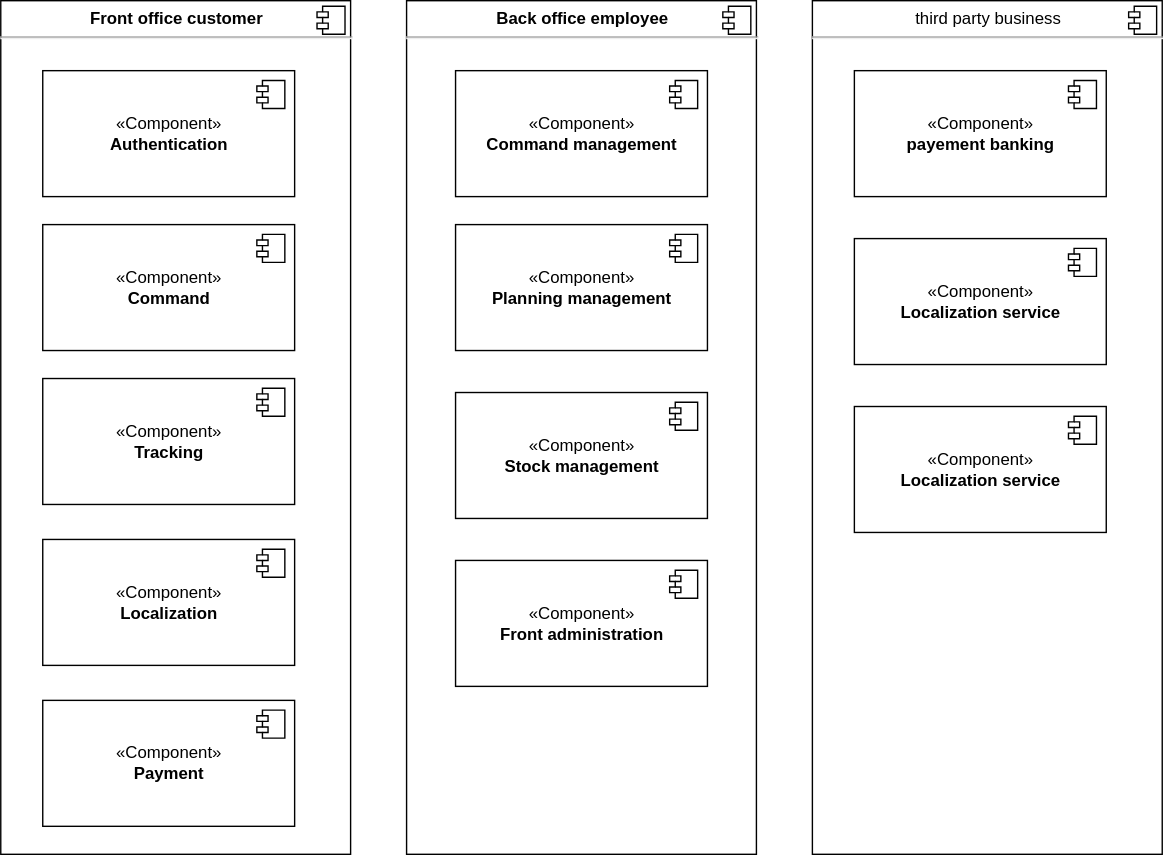
jean-charles-gibier/OC_pizza keeps this draw.io diagram as docs/DC_P6.svg. Above is the earlier version. Source tidied: cells renumbered, new cells last; positions are measured from the earlier drawing's top-left corner, leaving out a move shared by most shapes.
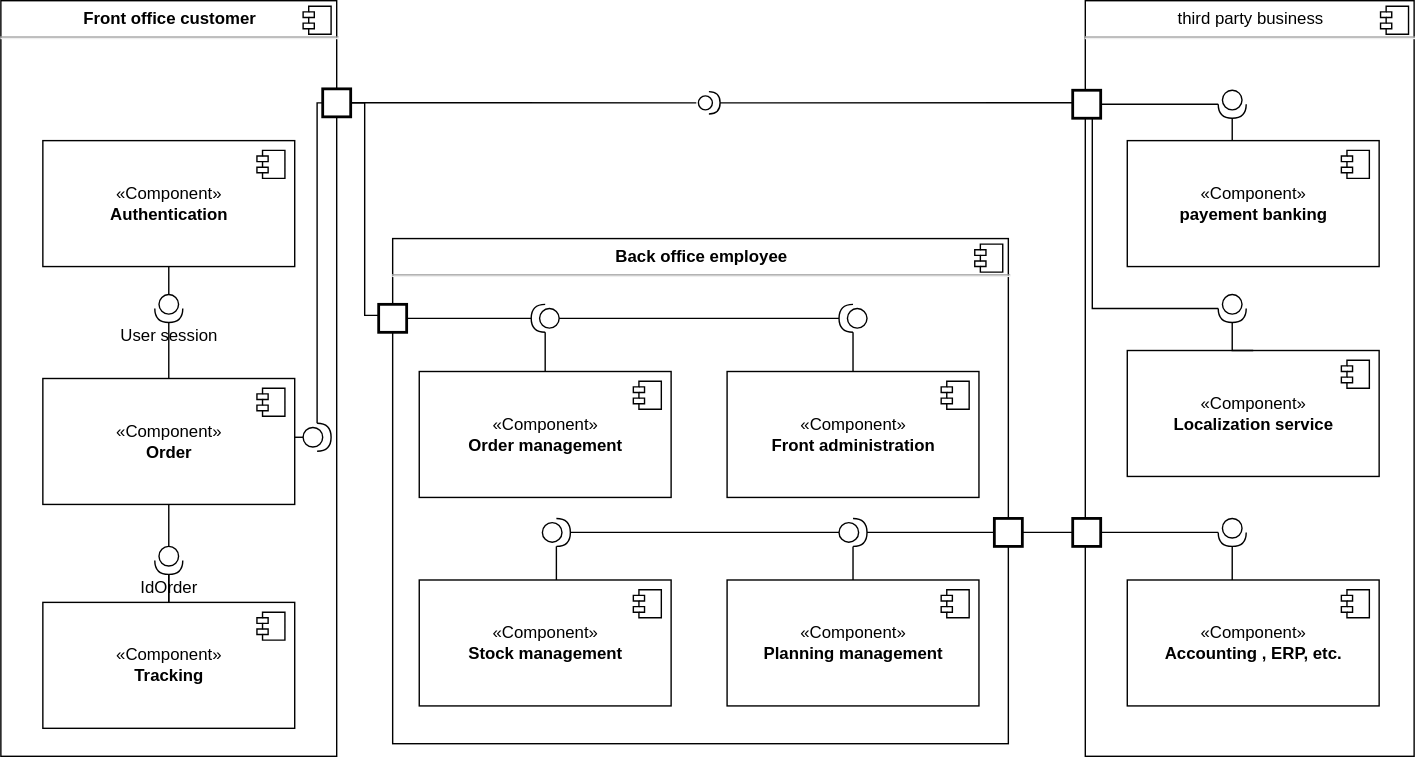
The same file after the commit.

Diff of the diagram source:
```diff
@@ -3,7 +3,7 @@
     <mxCell id="0" />
     <mxCell id="1" parent="0" />
     <mxCell id="2" value="&lt;p style=&quot;margin: 0px ; margin-top: 6px ; text-align: center&quot;&gt;&lt;b&gt;Front office customer&lt;/b&gt;&lt;/p&gt;&lt;hr&gt;&lt;p style=&quot;margin: 0px ; margin-left: 8px&quot;&gt;&lt;br&gt;&lt;/p&gt;" style="align=left;overflow=fill;html=1;" parent="1" vertex="1">
-      <mxGeometry width="250" height="610" as="geometry" />
+      <mxGeometry x="-60" y="-640" width="240" height="540" as="geometry" />
     </mxCell>
     <mxCell id="3" style="shape=component;jettyWidth=8;jettyHeight=4;" parent="2" vertex="1">
       <mxGeometry x="1" width="20" height="20" relative="1" as="geometry">
@@ -11,15 +11,15 @@
       </mxGeometry>
     </mxCell>
     <mxCell id="4" value="«Component»&lt;br&gt;&lt;b&gt;Authentication&lt;/b&gt;" style="html=1;" parent="1" vertex="1">
-      <mxGeometry x="30" y="50" width="180" height="90" as="geometry" />
+      <mxGeometry x="-30" y="-540" width="180" height="90" as="geometry" />
     </mxCell>
     <mxCell id="5" style="shape=component;jettyWidth=8;jettyHeight=4;" parent="4" vertex="1">
       <mxGeometry x="1" width="20" height="20" relative="1" as="geometry">
         <mxPoint x="-27" y="7" as="offset" />
       </mxGeometry>
     </mxCell>
-    <mxCell id="6" value="«Component»&lt;br&gt;&lt;b&gt;Command&lt;/b&gt;" style="html=1;" parent="1" vertex="1">
-      <mxGeometry x="30" y="160" width="180" height="90" as="geometry" />
+    <mxCell id="6" value="«Component»&lt;br&gt;&lt;b&gt;Order&lt;/b&gt;" style="html=1;" parent="1" vertex="1">
+      <mxGeometry x="-30" y="-370" width="180" height="90" as="geometry" />
     </mxCell>
     <mxCell id="7" style="shape=component;jettyWidth=8;jettyHeight=4;" parent="6" vertex="1">
       <mxGeometry x="1" width="20" height="20" relative="1" as="geometry">
@@ -27,47 +27,31 @@
       </mxGeometry>
     </mxCell>
     <mxCell id="8" value="«Component»&lt;br&gt;&lt;b&gt;Tracking&lt;/b&gt;" style="html=1;" parent="1" vertex="1">
-      <mxGeometry x="30" y="270" width="180" height="90" as="geometry" />
+      <mxGeometry x="-30" y="-210" width="180" height="90" as="geometry" />
     </mxCell>
     <mxCell id="9" style="shape=component;jettyWidth=8;jettyHeight=4;" parent="8" vertex="1">
       <mxGeometry x="1" width="20" height="20" relative="1" as="geometry">
         <mxPoint x="-27" y="7" as="offset" />
       </mxGeometry>
     </mxCell>
-    <mxCell id="10" value="«Component»&lt;br&gt;&lt;b&gt;Localization&lt;/b&gt;" style="html=1;" parent="1" vertex="1">
-      <mxGeometry x="30" y="385" width="180" height="90" as="geometry" />
-    </mxCell>
-    <mxCell id="11" style="shape=component;jettyWidth=8;jettyHeight=4;" parent="10" vertex="1">
-      <mxGeometry x="1" width="20" height="20" relative="1" as="geometry">
-        <mxPoint x="-27" y="7" as="offset" />
-      </mxGeometry>
-    </mxCell>
-    <mxCell id="12" value="«Component»&lt;br&gt;&lt;b&gt;Payment&lt;/b&gt;" style="html=1;" parent="1" vertex="1">
-      <mxGeometry x="30" y="500" width="180" height="90" as="geometry" />
-    </mxCell>
-    <mxCell id="13" style="shape=component;jettyWidth=8;jettyHeight=4;" parent="12" vertex="1">
-      <mxGeometry x="1" width="20" height="20" relative="1" as="geometry">
-        <mxPoint x="-27" y="7" as="offset" />
-      </mxGeometry>
-    </mxCell>
     <mxCell id="14" value="&lt;p style=&quot;margin: 0px ; margin-top: 6px ; text-align: center&quot;&gt;&lt;b&gt;Back office employee&lt;/b&gt;&lt;/p&gt;&lt;hr&gt;&lt;p style=&quot;margin: 0px ; margin-left: 8px&quot;&gt;&lt;span style=&quot;color: rgba(0 , 0 , 0 , 0) ; font-family: monospace ; font-size: 0px&quot;&gt;%3CmxGraphModel%3E%3Croot%3E%3CmxCell%20id%3D%220%22%2F%3E%3CmxCell%20id%3D%221%22%20parent%3D%220%22%2F%3E%3CmxCell%20id%3D%222%22%20value%3D%22%C2%ABComponent%C2%BB%26lt%3Bbr%26gt%3B%26lt%3Bb%26gt%3BCommand%20management%26lt%3B%2Fb%26gt%3B%22%20style%3D%22html%3D1%3BdropTarget%3D0%3B%22%20vertex%3D%221%22%20parent%3D%221%22%3E%3CmxGeometry%20x%3D%22405%22%20y%3D%2290%22%20width%3D%22180%22%20height%3D%2290%22%20as%3D%22geometry%22%2F%3E%3C%2FmxCell%3E%3CmxCell%20id%3D%223%22%20value%3D%22%22%20style%3D%22shape%3Dcomponent%3BjettyWidth%3D8%3BjettyHeight%3D4%3B%22%20vertex%3D%221%22%20parent%3D%222%22%3E%3CmxGeometry%20x%3D%221%22%20width%3D%2220%22%20height%3D%2220%22%20relative%3D%221%22%20as%3D%22geometry%22%3E%3CmxPoint%20x%3D%22-27%22%20y%3D%227%22%20as%3D%22offset%22%2F%3E%3C%2FmxGeometry%3E%3C%2FmxCell%3E%3C%2Froot%3E%3C%2FmxGraphModel%3E&lt;/span&gt;&lt;br&gt;&lt;/p&gt;" style="align=left;overflow=fill;html=1;" parent="1" vertex="1">
-      <mxGeometry x="290" width="250" height="610" as="geometry" />
+      <mxGeometry x="220" y="-470" width="440" height="361" as="geometry" />
     </mxCell>
     <mxCell id="15" style="shape=component;jettyWidth=8;jettyHeight=4;" parent="14" vertex="1">
       <mxGeometry x="1" width="20" height="20" relative="1" as="geometry">
         <mxPoint x="-24" y="4" as="offset" />
       </mxGeometry>
     </mxCell>
-    <mxCell id="16" value="«Component»&lt;br&gt;&lt;b&gt;Command management&lt;/b&gt;" style="html=1;" parent="1" vertex="1">
-      <mxGeometry x="325" y="50" width="180" height="90" as="geometry" />
+    <mxCell id="16" value="«Component»&lt;br&gt;&lt;b&gt;Order management&lt;/b&gt;" style="html=1;" parent="1" vertex="1">
+      <mxGeometry x="239" y="-375" width="180" height="90" as="geometry" />
     </mxCell>
     <mxCell id="17" style="shape=component;jettyWidth=8;jettyHeight=4;" parent="16" vertex="1">
       <mxGeometry x="1" width="20" height="20" relative="1" as="geometry">
         <mxPoint x="-27" y="7" as="offset" />
       </mxGeometry>
     </mxCell>
-    <mxCell id="18" value="«Component»&lt;br&gt;&lt;b&gt;Planning management&lt;/b&gt;" style="html=1;" parent="1" vertex="1">
-      <mxGeometry x="325" y="160" width="180" height="90" as="geometry" />
+    <mxCell id="18" value="«Component»&lt;br&gt;&lt;b&gt;Front administration&lt;/b&gt;" style="html=1;" parent="1" vertex="1">
+      <mxGeometry x="459" y="-375" width="180" height="90" as="geometry" />
     </mxCell>
     <mxCell id="19" style="shape=component;jettyWidth=8;jettyHeight=4;" parent="18" vertex="1">
       <mxGeometry x="1" width="20" height="20" relative="1" as="geometry">
@@ -75,7 +59,7 @@
       </mxGeometry>
     </mxCell>
     <mxCell id="20" value="«Component»&lt;br&gt;&lt;b&gt;Stock management&lt;/b&gt;" style="html=1;" parent="1" vertex="1">
-      <mxGeometry x="325" y="280" width="180" height="90" as="geometry" />
+      <mxGeometry x="239" y="-226" width="180" height="90" as="geometry" />
     </mxCell>
     <mxCell id="21" style="shape=component;jettyWidth=8;jettyHeight=4;" parent="20" vertex="1">
       <mxGeometry x="1" width="20" height="20" relative="1" as="geometry">
@@ -83,7 +67,7 @@
       </mxGeometry>
     </mxCell>
     <mxCell id="22" value="&lt;p style=&quot;margin: 0px ; margin-top: 6px ; text-align: center&quot;&gt;&lt;span style=&quot;text-align: left&quot;&gt;third party business&lt;/span&gt;&lt;/p&gt;&lt;hr&gt;&lt;p style=&quot;margin: 0px ; margin-left: 8px&quot;&gt;&lt;br&gt;&lt;/p&gt;" style="align=left;overflow=fill;html=1;" parent="1" vertex="1">
-      <mxGeometry x="580" width="250" height="610" as="geometry" />
+      <mxGeometry x="715" y="-640" width="235" height="540" as="geometry" />
     </mxCell>
     <mxCell id="23" style="shape=component;jettyWidth=8;jettyHeight=4;" parent="22" vertex="1">
       <mxGeometry x="1" width="20" height="20" relative="1" as="geometry">
@@ -91,7 +75,7 @@
       </mxGeometry>
     </mxCell>
     <mxCell id="24" value="«Component»&lt;br&gt;&lt;b&gt;payement banking&lt;/b&gt;" style="html=1;" parent="1" vertex="1">
-      <mxGeometry x="610" y="50" width="180" height="90" as="geometry" />
+      <mxGeometry x="745" y="-540" width="180" height="90" as="geometry" />
     </mxCell>
     <mxCell id="25" style="shape=component;jettyWidth=8;jettyHeight=4;" parent="24" vertex="1">
       <mxGeometry x="1" width="20" height="20" relative="1" as="geometry">
@@ -99,28 +83,196 @@
       </mxGeometry>
     </mxCell>
     <mxCell id="26" value="«Component»&lt;br&gt;&lt;b&gt;Localization service&lt;/b&gt;" style="html=1;" parent="1" vertex="1">
-      <mxGeometry x="610" y="170" width="180" height="90" as="geometry" />
+      <mxGeometry x="745" y="-390" width="180" height="90" as="geometry" />
     </mxCell>
     <mxCell id="27" style="shape=component;jettyWidth=8;jettyHeight=4;" parent="26" vertex="1">
       <mxGeometry x="1" width="20" height="20" relative="1" as="geometry">
         <mxPoint x="-27" y="7" as="offset" />
       </mxGeometry>
     </mxCell>
-    <mxCell id="28" value="«Component»&lt;br&gt;&lt;b&gt;Front administration&lt;/b&gt;" style="html=1;" parent="1" vertex="1">
-      <mxGeometry x="325" y="400" width="180" height="90" as="geometry" />
+    <mxCell id="28" value="«Component»&lt;br&gt;&lt;b&gt;Planning management&lt;/b&gt;" style="html=1;" parent="1" vertex="1">
+      <mxGeometry x="459" y="-226" width="180" height="90" as="geometry" />
     </mxCell>
     <mxCell id="29" style="shape=component;jettyWidth=8;jettyHeight=4;" parent="28" vertex="1">
       <mxGeometry x="1" width="20" height="20" relative="1" as="geometry">
         <mxPoint x="-27" y="7" as="offset" />
       </mxGeometry>
     </mxCell>
-    <mxCell id="30" value="«Component»&lt;br&gt;&lt;b&gt;Localization service&lt;/b&gt;" style="html=1;" parent="1" vertex="1">
-      <mxGeometry x="610" y="290" width="180" height="90" as="geometry" />
+    <mxCell id="30" value="«Component»&lt;br&gt;&lt;b&gt;Accounting , ERP, etc.&lt;/b&gt;" style="html=1;" parent="1" vertex="1">
+      <mxGeometry x="745" y="-226" width="180" height="90" as="geometry" />
     </mxCell>
     <mxCell id="31" style="shape=component;jettyWidth=8;jettyHeight=4;" parent="30" vertex="1">
       <mxGeometry x="1" width="20" height="20" relative="1" as="geometry">
         <mxPoint x="-27" y="7" as="offset" />
       </mxGeometry>
     </mxCell>
+    <mxCell id="32" style="edgeStyle=orthogonalEdgeStyle;rounded=0;jettySize=auto;html=1;endArrow=none;endFill=0;" parent="1" edge="1" source="34" target="4">
+      <mxGeometry relative="1" as="geometry" />
+    </mxCell>
+    <mxCell id="33" style="edgeStyle=orthogonalEdgeStyle;rounded=0;jettySize=auto;html=1;endArrow=none;endFill=0;" parent="1" edge="1" source="34" target="6">
+      <mxGeometry relative="1" as="geometry" />
+    </mxCell>
+    <mxCell id="34" value="User session" style="shape=providedRequiredInterface;html=1;verticalLabelPosition=bottom;direction=south;" parent="1" vertex="1">
+      <mxGeometry x="50" y="-430" width="20" height="20" as="geometry" />
+    </mxCell>
+    <mxCell id="35" style="edgeStyle=orthogonalEdgeStyle;rounded=0;jettySize=auto;html=1;endArrow=none;endFill=0;" parent="1" edge="1" source="38" target="6">
+      <mxGeometry relative="1" as="geometry" />
+    </mxCell>
+    <mxCell id="36" style="edgeStyle=orthogonalEdgeStyle;rounded=0;jettySize=auto;html=1;endArrow=none;endFill=0;" parent="1" edge="1" source="38" target="8">
+      <mxGeometry relative="1" as="geometry" />
+    </mxCell>
+    <mxCell id="37" style="edgeStyle=orthogonalEdgeStyle;rounded=0;jettySize=auto;html=1;endArrow=none;endFill=0;" parent="1" edge="1" source="38" target="8">
+      <mxGeometry relative="1" as="geometry" />
+    </mxCell>
+    <mxCell id="38" value="IdOrder" style="shape=providedRequiredInterface;html=1;verticalLabelPosition=bottom;direction=south;" parent="1" vertex="1">
+      <mxGeometry x="50" y="-250" width="20" height="20" as="geometry" />
+    </mxCell>
+    <mxCell id="39" style="rounded=0;orthogonalLoop=1;jettySize=auto;html=1;endArrow=none;endFill=0;exitX=1;exitY=0.148;exitDx=0;exitDy=0;exitPerimeter=0;" parent="1" edge="1">
+      <mxGeometry relative="1" as="geometry">
+        <mxPoint x="180" y="-567.1" as="sourcePoint" />
+        <mxPoint x="437" y="-567" as="targetPoint" />
+      </mxGeometry>
+    </mxCell>
+    <mxCell id="40" style="rounded=0;orthogonalLoop=1;jettySize=auto;html=1;endArrow=halfCircle;endFill=0;endSize=6;strokeWidth=1;exitX=0.021;exitY=0.148;exitDx=0;exitDy=0;exitPerimeter=0;" parent="1" edge="1">
+      <mxGeometry relative="1" as="geometry">
+        <mxPoint x="715.9" y="-567.1" as="sourcePoint" />
+        <mxPoint x="446" y="-567" as="targetPoint" />
+      </mxGeometry>
+    </mxCell>
+    <mxCell id="41" style="ellipse;whiteSpace=wrap;html=1;fontFamily=Helvetica;fontSize=12;fontColor=#000000;align=center;strokeColor=#000000;fillColor=#ffffff;" parent="1" vertex="1">
+      <mxGeometry x="438.5" y="-572" width="10" height="10" as="geometry" />
+    </mxCell>
+    <mxCell id="42" style="rounded=0;whiteSpace=wrap;html=1;absoluteArcSize=1;arcSize=14;strokeWidth=2;" parent="1" vertex="1">
+      <mxGeometry x="170" y="-577" width="20" height="20" as="geometry" />
+    </mxCell>
+    <mxCell id="43" style="rounded=0;whiteSpace=wrap;html=1;absoluteArcSize=1;arcSize=14;strokeWidth=2;" parent="1" vertex="1">
+      <mxGeometry x="706" y="-576" width="20" height="20" as="geometry" />
+    </mxCell>
+    <mxCell id="44" style="edgeStyle=orthogonalEdgeStyle;rounded=0;jettySize=auto;html=1;endArrow=none;endFill=0;entryX=0;entryY=0.25;entryDx=0;entryDy=0;" parent="1" edge="1" source="46" target="42">
+      <mxGeometry relative="1" as="geometry">
+        <Array as="points">
+          <mxPoint x="166" y="-567" />
+          <mxPoint x="170" y="-567" />
+        </Array>
+      </mxGeometry>
+    </mxCell>
+    <mxCell id="45" style="edgeStyle=orthogonalEdgeStyle;rounded=0;jettySize=auto;html=1;endArrow=none;endFill=0;" parent="1" edge="1" source="46" target="6">
+      <mxGeometry relative="1" as="geometry">
+        <Array as="points">
+          <mxPoint x="150" y="-325" />
+          <mxPoint x="150" y="-325" />
+        </Array>
+      </mxGeometry>
+    </mxCell>
+    <mxCell id="46" style="shape=providedRequiredInterface;html=1;verticalLabelPosition=bottom;rounded=0;" parent="1" vertex="1">
+      <mxGeometry x="156" y="-338" width="20" height="20" as="geometry" />
+    </mxCell>
+    <mxCell id="47" style="edgeStyle=orthogonalEdgeStyle;rounded=0;jettySize=auto;html=1;endArrow=none;endFill=0;" parent="1" edge="1" source="49" target="24">
+      <mxGeometry relative="1" as="geometry">
+        <Array as="points">
+          <mxPoint x="830" y="-530" />
+          <mxPoint x="830" y="-530" />
+        </Array>
+      </mxGeometry>
+    </mxCell>
+    <mxCell id="48" style="edgeStyle=orthogonalEdgeStyle;rounded=0;jettySize=auto;html=1;endArrow=none;endFill=0;" parent="1" edge="1" source="49" target="43">
+      <mxGeometry relative="1" as="geometry" />
+    </mxCell>
+    <mxCell id="49" style="shape=providedRequiredInterface;html=1;verticalLabelPosition=bottom;rounded=0;direction=south;" parent="1" vertex="1">
+      <mxGeometry x="810" y="-576" width="20" height="20" as="geometry" />
+    </mxCell>
+    <mxCell id="50" style="edgeStyle=orthogonalEdgeStyle;rounded=0;jettySize=auto;html=1;endArrow=none;endFill=0;" parent="1" edge="1" source="52" target="26">
+      <mxGeometry relative="1" as="geometry" />
+    </mxCell>
+    <mxCell id="51" style="edgeStyle=orthogonalEdgeStyle;rounded=0;jettySize=auto;html=1;endArrow=none;endFill=0;entryX=0.5;entryY=1;entryDx=0;entryDy=0;" parent="1" edge="1" source="52" target="43">
+      <mxGeometry relative="1" as="geometry">
+        <Array as="points">
+          <mxPoint x="720" y="-420" />
+          <mxPoint x="720" y="-556" />
+        </Array>
+      </mxGeometry>
+    </mxCell>
+    <mxCell id="52" style="shape=providedRequiredInterface;html=1;verticalLabelPosition=bottom;rounded=0;direction=south;" parent="1" vertex="1">
+      <mxGeometry x="810" y="-430" width="20" height="20" as="geometry" />
+    </mxCell>
+    <mxCell id="53" style="edgeStyle=orthogonalEdgeStyle;rounded=0;jettySize=auto;html=1;endArrow=none;endFill=0;" parent="1" edge="1" source="55" target="30">
+      <mxGeometry relative="1" as="geometry">
+        <Array as="points">
+          <mxPoint x="820" y="-226" />
+          <mxPoint x="820" y="-226" />
+        </Array>
+      </mxGeometry>
+    </mxCell>
+    <mxCell id="54" style="edgeStyle=orthogonalEdgeStyle;rounded=0;jettySize=auto;html=1;endArrow=none;endFill=0;" parent="1" edge="1" source="55" target="58">
+      <mxGeometry relative="1" as="geometry" />
+    </mxCell>
+    <mxCell id="55" style="shape=providedRequiredInterface;html=1;verticalLabelPosition=bottom;rounded=0;direction=south;" parent="1" vertex="1">
+      <mxGeometry x="810" y="-270" width="20" height="20" as="geometry" />
+    </mxCell>
+    <mxCell id="56" style="edgeStyle=orthogonalEdgeStyle;rounded=0;jettySize=auto;html=1;endArrow=none;endFill=0;entryX=0.45;entryY=0.5;entryDx=0;entryDy=0;entryPerimeter=0;" parent="1" edge="1" source="57" target="58">
+      <mxGeometry relative="1" as="geometry" />
+    </mxCell>
+    <mxCell id="57" style="rounded=0;whiteSpace=wrap;html=1;absoluteArcSize=1;arcSize=14;strokeWidth=2;" parent="1" vertex="1">
+      <mxGeometry x="650" y="-270" width="20" height="20" as="geometry" />
+    </mxCell>
+    <mxCell id="58" style="rounded=0;whiteSpace=wrap;html=1;absoluteArcSize=1;arcSize=14;strokeWidth=2;" parent="1" vertex="1">
+      <mxGeometry x="706" y="-270" width="20" height="20" as="geometry" />
+    </mxCell>
+    <mxCell id="59" style="edgeStyle=orthogonalEdgeStyle;rounded=0;jettySize=auto;html=1;endArrow=none;endFill=0;" parent="1" edge="1" source="61" target="64">
+      <mxGeometry relative="1" as="geometry" />
+    </mxCell>
+    <mxCell id="60" style="edgeStyle=orthogonalEdgeStyle;rounded=0;jettySize=auto;html=1;endArrow=none;endFill=0;" parent="1" edge="1" source="61" target="20">
+      <mxGeometry relative="1" as="geometry">
+        <Array as="points">
+          <mxPoint x="337" y="-226" />
+          <mxPoint x="337" y="-226" />
+        </Array>
+      </mxGeometry>
+    </mxCell>
+    <mxCell id="61" style="shape=providedRequiredInterface;html=1;verticalLabelPosition=bottom;rounded=0;" parent="1" vertex="1">
+      <mxGeometry x="327" y="-270" width="20" height="20" as="geometry" />
+    </mxCell>
+    <mxCell id="62" style="edgeStyle=orthogonalEdgeStyle;rounded=0;jettySize=auto;html=1;endArrow=none;endFill=0;entryX=0;entryY=0.5;entryDx=0;entryDy=0;" parent="1" edge="1" source="64" target="57">
+      <mxGeometry relative="1" as="geometry" />
+    </mxCell>
+    <mxCell id="63" style="edgeStyle=orthogonalEdgeStyle;rounded=0;jettySize=auto;html=1;endArrow=none;endFill=0;" parent="1" edge="1" source="64" target="28">
+      <mxGeometry relative="1" as="geometry" />
+    </mxCell>
+    <mxCell id="64" style="shape=providedRequiredInterface;html=1;verticalLabelPosition=bottom;rounded=0;" parent="1" vertex="1">
+      <mxGeometry x="539" y="-270" width="20" height="20" as="geometry" />
+    </mxCell>
+    <mxCell id="65" style="edgeStyle=orthogonalEdgeStyle;rounded=0;jettySize=auto;html=1;endArrow=none;endFill=0;entryX=1;entryY=0.25;entryDx=0;entryDy=0;" parent="1" edge="1" source="70" target="72">
+      <mxGeometry relative="1" as="geometry">
+        <Array as="points">
+          <mxPoint x="230" y="-413" />
+        </Array>
+      </mxGeometry>
+    </mxCell>
+    <mxCell id="66" style="edgeStyle=orthogonalEdgeStyle;rounded=0;jettySize=auto;html=1;endArrow=none;endFill=0;entryX=0.4;entryY=0.5;entryDx=0;entryDy=0;entryPerimeter=0;" parent="1" edge="1" source="68" target="70">
+      <mxGeometry relative="1" as="geometry" />
+    </mxCell>
+    <mxCell id="67" style="edgeStyle=orthogonalEdgeStyle;rounded=0;jettySize=auto;html=1;endArrow=none;endFill=0;" parent="1" edge="1" source="68" target="18">
+      <mxGeometry relative="1" as="geometry" />
+    </mxCell>
+    <mxCell id="68" style="shape=providedRequiredInterface;html=1;verticalLabelPosition=bottom;rounded=0;direction=west;" parent="1" vertex="1">
+      <mxGeometry x="539" y="-423" width="20" height="20" as="geometry" />
+    </mxCell>
+    <mxCell id="69" style="edgeStyle=orthogonalEdgeStyle;rounded=0;jettySize=auto;html=1;endArrow=none;endFill=0;" parent="1" edge="1" source="70" target="16">
+      <mxGeometry relative="1" as="geometry" />
+    </mxCell>
+    <mxCell id="70" style="shape=providedRequiredInterface;html=1;verticalLabelPosition=bottom;rounded=0;direction=west;" parent="1" vertex="1">
+      <mxGeometry x="319" y="-423" width="20" height="20" as="geometry" />
+    </mxCell>
+    <mxCell id="71" style="edgeStyle=orthogonalEdgeStyle;rounded=0;jettySize=auto;html=1;endArrow=none;endFill=0;entryX=-0.002;entryY=0.152;entryDx=0;entryDy=0;entryPerimeter=0;exitX=1;exitY=0.5;exitDx=0;exitDy=0;" parent="1" edge="1" source="42" target="14">
+      <mxGeometry relative="1" as="geometry">
+        <Array as="points">
+          <mxPoint x="200" y="-567" />
+          <mxPoint x="200" y="-415" />
+        </Array>
+      </mxGeometry>
+    </mxCell>
+    <mxCell id="72" style="rounded=0;whiteSpace=wrap;html=1;absoluteArcSize=1;arcSize=14;strokeWidth=2;" parent="1" vertex="1">
+      <mxGeometry x="210" y="-423" width="20" height="20" as="geometry" />
+    </mxCell>
   </root>
 </mxGraphModel>
```
